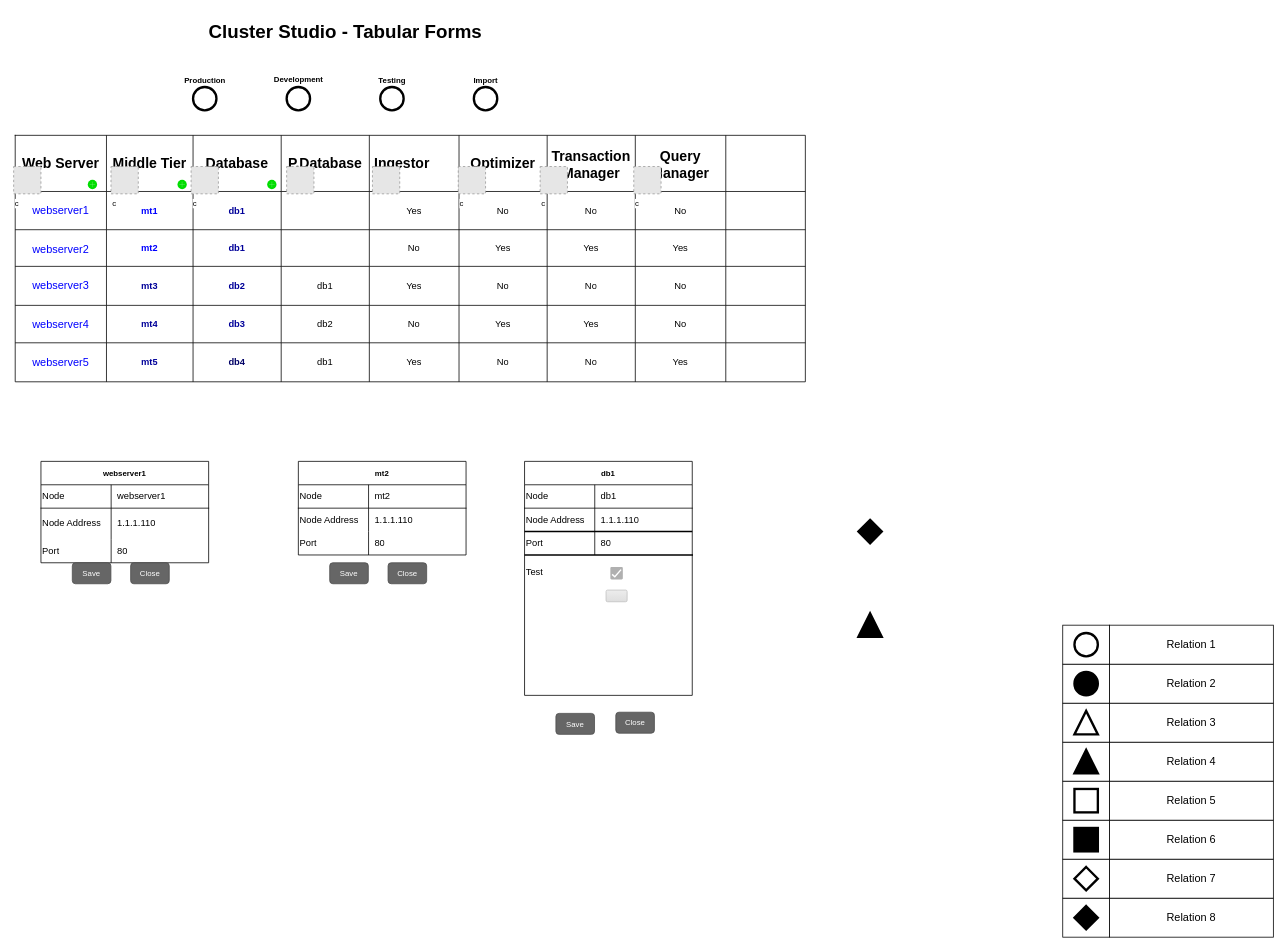
rizwan0612/TestProject keeps this draw.io diagram as Untitled Diagram.drawio. Above is the earlier version. Source tidied: cells renumbered, new cells numbered last; positions are measured from the earlier drawing's top-left corner, leaving out a move shared by most shapes. Both pictures are drawn from the tidied source at 78%, with x=0, y=0 at pixel (13, 16). Pictures stored in the file or linked from it are replaced by grey dashed boxes.
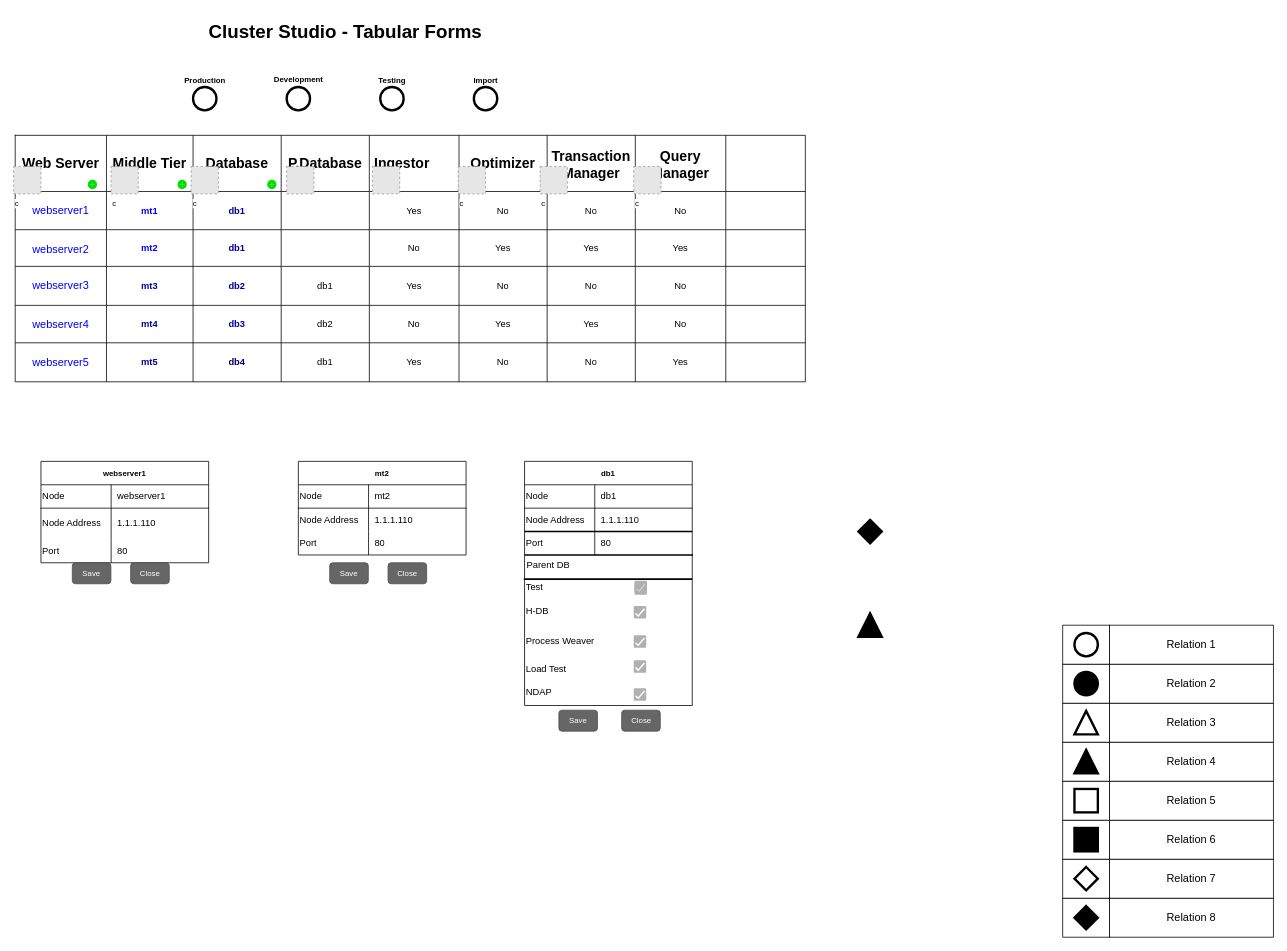
After the change.

The edit, as a diff of the source:
```diff
@@
     <mxCell id="126" value="Save" style="rounded=1;html=1;shadow=0;dashed=0;whiteSpace=wrap;fontSize=10;fillColor=#666666;align=center;strokeColor=#4D4D4D;fontColor=#ffffff;" parent="1" vertex="1">
-      <mxGeometry x="695.2" y="893.1" width="49.5" height="26.9" as="geometry" />
+      <mxGeometry x="699" y="889" width="49.5" height="26.9" as="geometry" />
     </mxCell>
     <mxCell id="127" value="Close" style="rounded=1;html=1;shadow=0;dashed=0;whiteSpace=wrap;fontSize=10;fillColor=#666666;align=center;strokeColor=#4D4D4D;fontColor=#ffffff;" parent="1" vertex="1">
-      <mxGeometry x="772" y="891.6" width="49.5" height="26.9" as="geometry" />
+      <mxGeometry x="779.5" y="889" width="49.5" height="26.9" as="geometry" />
     </mxCell>
     <mxCell id="128" value="db1" style="shape=table;html=1;whiteSpace=wrap;startSize=30;childLayout=tableLayout;rowLines=0;fontStyle=1;align=center;fontSize=10;" parent="1" vertex="1">
-      <mxGeometry x="655" y="570" width="215" height="300" as="geometry" />
+      <mxGeometry x="655" y="570" width="215" height="313" as="geometry" />
     </mxCell>
@@
     <mxCell id="148" style="dashed=0;labelPosition=right;align=left;shape=mxgraph.gmdl.checkbox;strokeColor=none;fillColor=#B0B0B0;strokeWidth=2;rounded=0;html=1;" parent="1" vertex="1">
-      <mxGeometry x="765" y="705.4" width="16" height="16" as="geometry" />
+      <mxGeometry x="796" y="722.9" width="16" height="16" as="geometry" />
     </mxCell>
     <mxCell id="149" value="Test" style="shape=partialRectangle;html=1;whiteSpace=wrap;fillColor=none;top=0;left=0;bottom=0;right=0;overflow=hidden;align=left;" parent="1" vertex="1">
-      <mxGeometry x="655" y="696.9" width="90" height="30" as="geometry" />
+      <mxGeometry x="655" y="715.9" width="90" height="30" as="geometry" />
     </mxCell>
-    <mxCell id="150" style="html=1;shadow=0;dashed=0;shape=mxgraph.bootstrap.checkbox2;labelPosition=right;verticalLabelPosition=middle;align=left;verticalAlign=middle;gradientColor=#DEDEDE;fillColor=#EDEDED;checked=0;spacing=5;checkedFill=#0085FC;checkedStroke=#ffffff;rounded=0;strokeColor=#c0c0c0;" parent="1" vertex="1">
-      <mxGeometry x="759.5" y="735" width="27" height="15" as="geometry" />
-    </mxCell>
+    <mxCell id="151" value="H-DB" style="shape=partialRectangle;html=1;whiteSpace=wrap;fillColor=none;top=0;left=0;bottom=0;right=0;overflow=hidden;align=left;" parent="1" vertex="1">
+      <mxGeometry x="655" y="746.5" width="90" height="30" as="geometry" />
+    </mxCell>
+    <mxCell id="152" value="Process Weaver" style="shape=partialRectangle;html=1;whiteSpace=wrap;fillColor=none;top=0;left=0;bottom=0;right=0;overflow=hidden;align=left;" parent="1" vertex="1">
+      <mxGeometry x="655" y="786" width="90" height="30" as="geometry" />
+    </mxCell>
+    <mxCell id="153" value="Load Test" style="shape=partialRectangle;html=1;whiteSpace=wrap;fillColor=none;top=0;left=0;bottom=0;right=0;overflow=hidden;align=left;" parent="1" vertex="1">
+      <mxGeometry x="655" y="821" width="90" height="30" as="geometry" />
+    </mxCell>
+    <mxCell id="154" value="NDAP" style="shape=partialRectangle;html=1;whiteSpace=wrap;fillColor=none;top=0;left=0;bottom=0;right=0;overflow=hidden;align=left;" parent="1" vertex="1">
+      <mxGeometry x="655" y="851" width="90" height="30" as="geometry" />
+    </mxCell>
+    <mxCell id="155" style="dashed=0;labelPosition=right;align=left;shape=mxgraph.gmdl.checkbox;strokeColor=none;fillColor=#B0B0B0;strokeWidth=2;rounded=0;html=1;" parent="1" vertex="1">
+      <mxGeometry x="795" y="755.5" width="16" height="16" as="geometry" />
+    </mxCell>
+    <mxCell id="156" style="dashed=0;labelPosition=right;align=left;shape=mxgraph.gmdl.checkbox;strokeColor=none;fillColor=#B0B0B0;strokeWidth=2;rounded=0;html=1;" parent="1" vertex="1">
+      <mxGeometry x="795" y="793" width="16" height="16" as="geometry" />
+    </mxCell>
+    <mxCell id="157" style="dashed=0;labelPosition=right;align=left;shape=mxgraph.gmdl.checkbox;strokeColor=none;fillColor=#B0B0B0;strokeWidth=2;rounded=0;html=1;" parent="1" vertex="1">
+      <mxGeometry x="795" y="825" width="16" height="16" as="geometry" />
+    </mxCell>
+    <mxCell id="158" style="dashed=0;labelPosition=right;align=left;shape=mxgraph.gmdl.checkbox;strokeColor=none;fillColor=#B0B0B0;strokeWidth=2;rounded=0;html=1;" parent="1" vertex="1">
+      <mxGeometry x="795" y="861" width="16" height="16" as="geometry" />
+    </mxCell>
+    <mxCell id="159" style="line;strokeWidth=2;html=1;rounded=0;gradientColor=#ffffff;align=left;" parent="1" vertex="1">
+      <mxGeometry x="654" y="716" width="216" height="10" as="geometry" />
+    </mxCell>
+    <mxCell id="160" value="Parent DB" style="shape=partialRectangle;html=1;whiteSpace=wrap;fillColor=none;top=0;left=0;bottom=0;right=0;overflow=hidden;align=left;" parent="1" vertex="1">
+      <mxGeometry x="656" y="688" width="90" height="30" as="geometry" />
+    </mxCell>
+    <mxCell id="161" style="shape=partialRectangle;html=1;whiteSpace=wrap;fillColor=none;top=0;left=0;bottom=0;right=0;overflow=hidden;align=left;" parent="1" vertex="1">
+      <mxGeometry x="655" y="717.9" width="90" height="30" as="geometry" />
+    </mxCell>
+    <mxCell id="162" style="dashed=0;labelPosition=right;align=left;shape=mxgraph.gmdl.checkbox;strokeColor=none;fillColor=#B0B0B0;strokeWidth=2;rounded=0;html=1;" parent="1" vertex="1">
+      <mxGeometry x="796" y="724.9" width="16" height="16" as="geometry" />
+    </mxCell>
```
